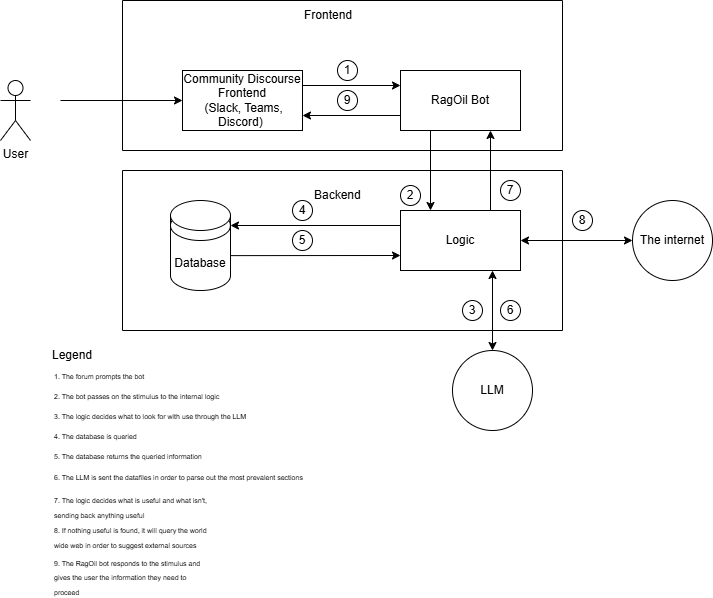
Capstone-Projects-2026-spring/project-rag-model-team keeps this draw.io diagram as documentation/docs/requirements/FinalProjectRelationDiagram.png. Above is the earlier version. Source tidied: cells renumbered, new cells last; positions are measured from the earlier drawing's top-left corner, leaving out a move shared by most shapes.
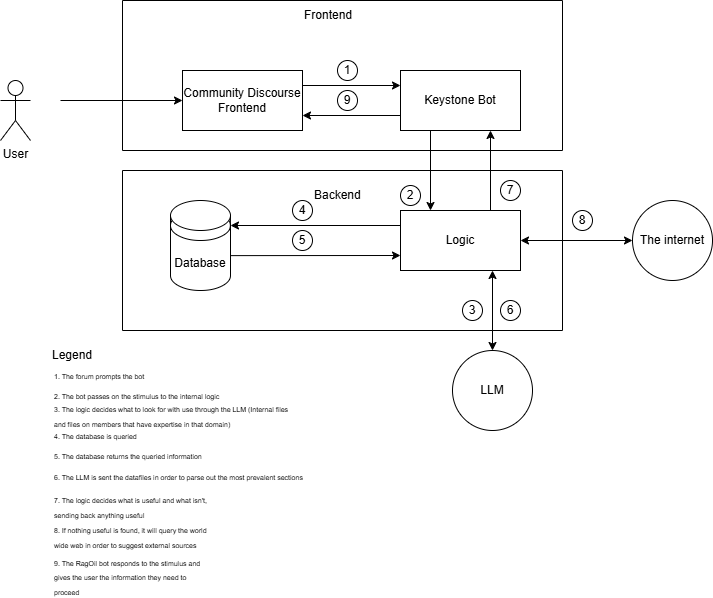
The same diagram one commit later.

Commit message:
Attempt to fix RelationDiagram link

The edit, as a diff of the source:
```diff
@@ -10,10 +10,10 @@
         <mxPoint x="60" y="100" as="sourcePoint" />
       </mxGeometry>
     </mxCell>
-    <mxCell id="4" value="Community Discourse Frontend&lt;div&gt;&amp;nbsp;(Slack, Teams, Discord)&amp;nbsp;&lt;/div&gt;" style="rounded=0;whiteSpace=wrap;html=1;align=center;" parent="1" vertex="1">
+    <mxCell id="4" value="Community Discourse Frontend" style="rounded=0;whiteSpace=wrap;html=1;align=center;" parent="1" vertex="1">
       <mxGeometry x="182" y="70" width="120" height="60" as="geometry" />
     </mxCell>
-    <mxCell id="5" value="RagOil Bot" style="rounded=0;whiteSpace=wrap;html=1;align=center;" parent="1" vertex="1">
+    <mxCell id="5" value="Keystone Bot" style="rounded=0;whiteSpace=wrap;html=1;align=center;" parent="1" vertex="1">
       <mxGeometry x="400" y="70" width="120" height="60" as="geometry" />
     </mxCell>
     <mxCell id="6" style="endArrow=classic;html=1;rounded=0;entryX=0;entryY=0.25;entryDx=0;entryDy=0;exitX=1;exitY=0.25;exitDx=0;exitDy=0;align=left;" parent="1" edge="1" source="4" target="5">
@@ -93,8 +93,8 @@
     <mxCell id="30" value="&lt;font style=&quot;font-size: 7px;&quot;&gt;1. The forum prompts the bot&lt;/font&gt;" style="text;html=1;whiteSpace=wrap;strokeColor=none;fillColor=none;align=left;verticalAlign=middle;rounded=0;" parent="1" vertex="1">
       <mxGeometry x="52" y="360" width="100" height="30" as="geometry" />
     </mxCell>
-    <mxCell id="31" value="&lt;span style=&quot;font-size: 7px;&quot;&gt;3. The logic decides what to look for with use through the LLM&lt;/span&gt;" style="text;html=1;whiteSpace=wrap;strokeColor=none;fillColor=none;align=left;verticalAlign=middle;rounded=0;rotation=0;" parent="1" vertex="1">
-      <mxGeometry x="52" y="400" width="210" height="30" as="geometry" />
+    <mxCell id="31" value="&lt;span style=&quot;font-size: 7px;&quot;&gt;3. The logic decides what to look for with use through the LLM (Internal files and files on members that have expertise in that domain)&lt;/span&gt;" style="text;html=1;whiteSpace=wrap;strokeColor=none;fillColor=none;align=left;verticalAlign=middle;rounded=0;rotation=0;" parent="1" vertex="1">
+      <mxGeometry x="52" y="400" width="240" height="30" as="geometry" />
     </mxCell>
     <mxCell id="32" value="&lt;font style=&quot;font-size: 7px;&quot;&gt;2. The bot passes on the stimulus to the internal logic&amp;nbsp;&lt;/font&gt;" style="text;html=1;whiteSpace=wrap;strokeColor=none;fillColor=none;align=left;verticalAlign=middle;rounded=0;" parent="1" vertex="1">
       <mxGeometry x="52" y="380" width="190" height="30" as="geometry" />
```
